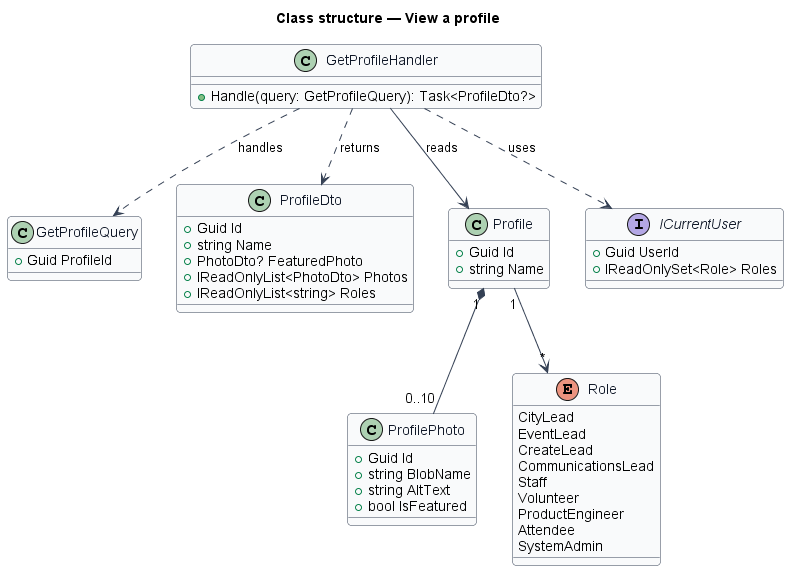
Earlier version of the PlantUML export docs/detailed-designs/profiles/view-profile/diagrams/class-structure.png (QuinntyneBrown/faithtech-community).
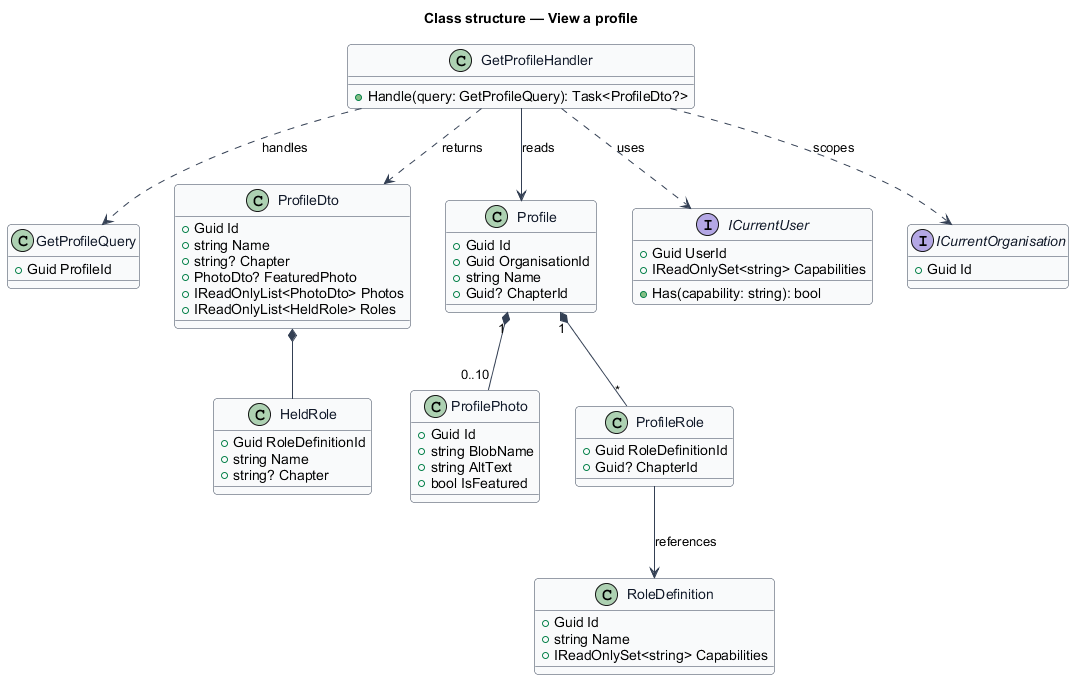
After the commit.

Change to the diagram source:
```diff
@@ -20,13 +20,21 @@
 class ProfileDto {
   +Guid Id
   +string Name
+  +string? Chapter
   +PhotoDto? FeaturedPhoto
   +IReadOnlyList<PhotoDto> Photos
-  +IReadOnlyList<string> Roles
+  +IReadOnlyList<HeldRole> Roles
+}
+class HeldRole {
+  +Guid RoleDefinitionId
+  +string Name
+  +string? Chapter
 }
 class Profile {
   +Guid Id
+  +Guid OrganisationId
   +string Name
+  +Guid? ChapterId
 }
 class ProfilePhoto {
   +Guid Id
@@ -34,25 +42,31 @@
   +string AltText
   +bool IsFeatured
 }
-enum Role {
-  CityLead
-  EventLead
-  CreateLead
-  CommunicationsLead
-  Staff
-  Volunteer
-  ProductEngineer
-  Attendee
-  SystemAdmin
+class ProfileRole {
+  +Guid RoleDefinitionId
+  +Guid? ChapterId
+}
+class RoleDefinition {
+  +Guid Id
+  +string Name
+  +IReadOnlySet<string> Capabilities
 }
 interface ICurrentUser {
   +Guid UserId
-  +IReadOnlySet<Role> Roles
+  +IReadOnlySet<string> Capabilities
+  +Has(capability: string): bool
 }
+interface ICurrentOrganisation {
+  +Guid Id
+}
+
 GetProfileHandler ..> GetProfileQuery : handles
 GetProfileHandler ..> ICurrentUser : uses
+GetProfileHandler ..> ICurrentOrganisation : scopes
 GetProfileHandler --> Profile : reads
 GetProfileHandler ..> ProfileDto : returns
 Profile "1" *-- "0..10" ProfilePhoto
-Profile "1" --> "*" Role
+Profile "1" *-- "*" ProfileRole
+ProfileRole --> RoleDefinition : references
+ProfileDto *-- HeldRole
 @enduml
```
